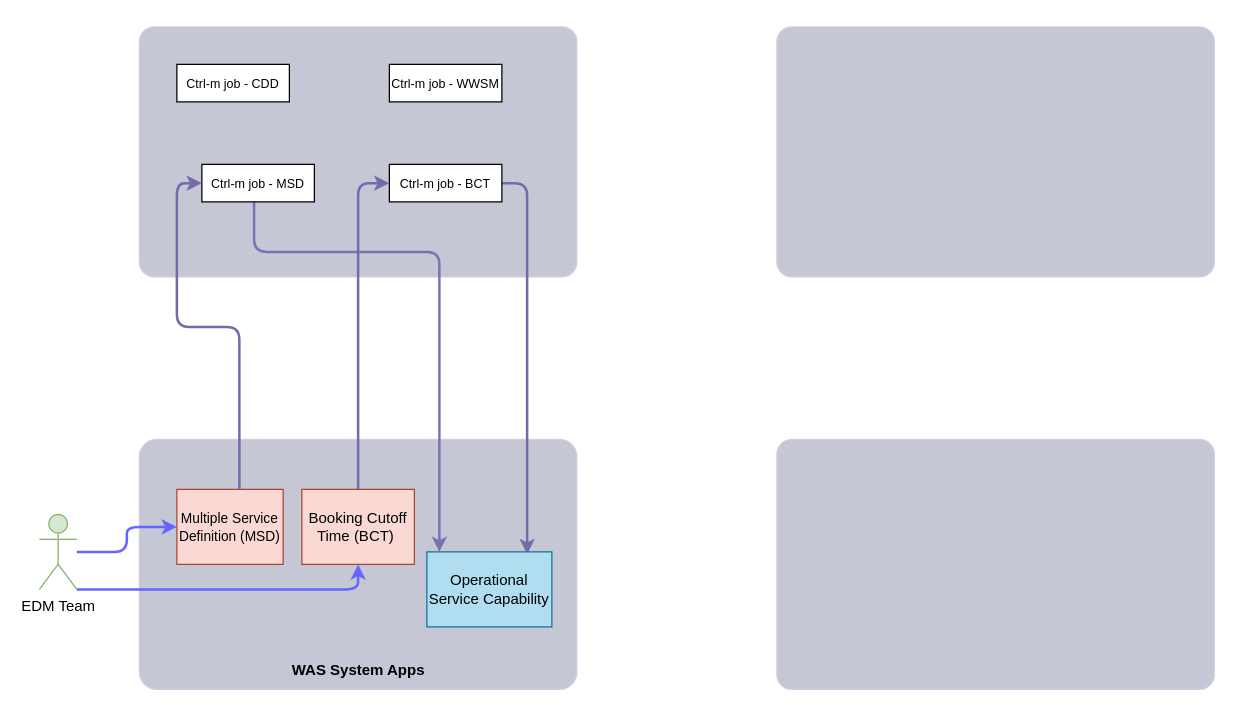
The draw.io diagram Diagram/Untitled Diagram.drawio in Str4nge/Draw_io, before the edit. Source tidied: cells renumbered, new cells numbered last; positions are measured from the earlier drawing's top-left corner, leaving out a move shared by most shapes. Both pictures are drawn from the tidied source at 125%, with x=0, y=0 at pixel (39, 26).
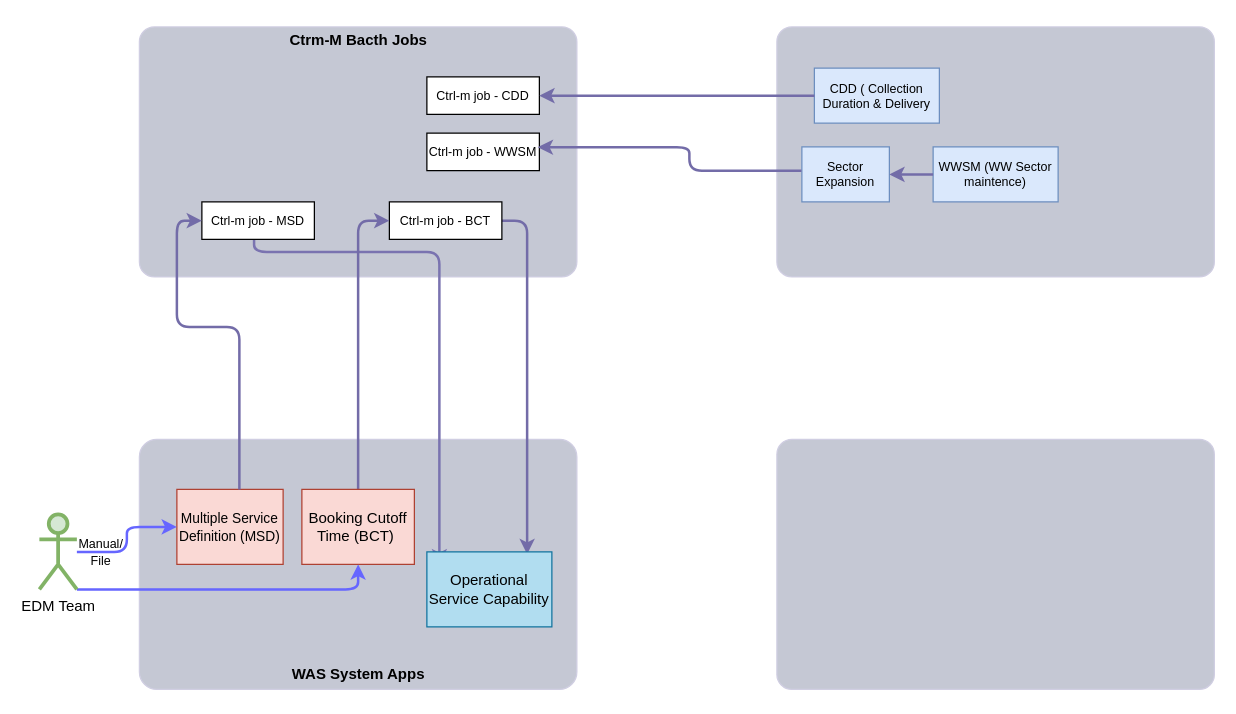
Above is the later version.

The change refers to these unchanged cells:
```xml
<mxCell id="12" value="&lt;font style=&quot;font-size: 11px;&quot;&gt;Multiple Service Definition&amp;nbsp;(MSD)&lt;/font&gt;" style="rounded=0;whiteSpace=wrap;html=1;strokeColor=#ae4132;fillColor=#fad9d5;" parent="1" vertex="1">
  <mxGeometry x="110" y="370" width="85" height="60" as="geometry" />
</mxCell>
<mxCell id="14" value="Booking Cutoff Time (BCT)&amp;nbsp;" style="rounded=0;whiteSpace=wrap;html=1;strokeColor=#ae4132;fillColor=#fad9d5;" parent="1" vertex="1">
  <mxGeometry x="210" y="370" width="90" height="60" as="geometry" />
</mxCell>
<mxCell id="15" value="Operational Service Capability" style="rounded=0;whiteSpace=wrap;html=1;strokeColor=#10739e;fillColor=#b1ddf0;" parent="1" vertex="1">
  <mxGeometry x="310" y="420" width="100" height="60" as="geometry" />
</mxCell>
```

What changed in the source:
```diff
@@
     <mxCell id="6" value="&lt;font style=&quot;font-size: 10px;&quot;&gt;Ctrl-m job - CDD&lt;/font&gt;" style="rounded=0;whiteSpace=wrap;html=1;" parent="1" vertex="1">
-      <mxGeometry x="110" y="30" width="90" height="30" as="geometry" />
+      <mxGeometry x="310" y="40" width="90" height="30" as="geometry" />
     </mxCell>
     <mxCell id="7" value="&lt;font style=&quot;font-size: 10px;&quot;&gt;Ctrl-m job - WWSM&lt;br&gt;&lt;/font&gt;" style="rounded=0;whiteSpace=wrap;html=1;" parent="1" vertex="1">
-      <mxGeometry x="280" y="30" width="90" height="30" as="geometry" />
+      <mxGeometry x="310" y="85" width="90" height="30" as="geometry" />
     </mxCell>
-    <mxCell id="8" style="edgeStyle=orthogonalEdgeStyle;rounded=1;jettySize=auto;html=1;entryX=0.802;entryY=0.031;entryDx=0;entryDy=0;entryPerimeter=0;strokeColor=#736CA8;fontColor=#1A1A1A;jumpStyle=arc;strokeWidth=2;exitX=1;exitY=0.5;exitDx=0;exitDy=0;" parent="1" edge="1" source="9" target="15">
+    <mxCell id="8" style="edgeStyle=orthogonalEdgeStyle;rounded=1;jettySize=auto;html=1;entryX=0.802;entryY=0.031;entryDx=0;entryDy=0;entryPerimeter=0;strokeColor=#736CA8;fontColor=#1A1A1A;jumpStyle=arc;strokeWidth=2;exitX=1;exitY=0.5;exitDx=0;exitDy=0;targetPerimeterSpacing=-10;" parent="1" edge="1" source="9" target="15">
       <mxGeometry relative="1" as="geometry" />
     </mxCell>
     <mxCell id="9" value="&lt;font style=&quot;font-size: 10px;&quot;&gt;Ctrl-m job - BCT&lt;/font&gt;" style="rounded=0;whiteSpace=wrap;html=1;" parent="1" vertex="1">
-      <mxGeometry x="280" y="110" width="90" height="30" as="geometry" />
+      <mxGeometry x="280" y="140" width="90" height="30" as="geometry" />
     </mxCell>
-    <mxCell id="10" style="edgeStyle=orthogonalEdgeStyle;rounded=1;jettySize=auto;html=1;strokeColor=#7a73b0;exitX=0.464;exitY=0.965;exitDx=0;exitDy=0;exitPerimeter=0;strokeWidth=2;targetPerimeterSpacing=0;jumpSize=6;" parent="1" edge="1" source="11" target="15">
+    <mxCell id="10" style="edgeStyle=orthogonalEdgeStyle;rounded=1;jettySize=auto;html=1;strokeColor=#7a73b0;exitX=0.464;exitY=0.965;exitDx=0;exitDy=0;exitPerimeter=0;strokeWidth=2;targetPerimeterSpacing=-10;jumpSize=6;" parent="1" edge="1" source="11" target="15">
       <mxGeometry relative="1" as="geometry">
         <Array as="points">
           <mxPoint x="172" y="180" />
           <mxPoint x="320" y="180" />
         </Array>
       </mxGeometry>
     </mxCell>
     <mxCell id="11" value="&lt;font style=&quot;font-size: 10px;&quot;&gt;Ctrl-m job - MSD&lt;/font&gt;" style="rounded=0;whiteSpace=wrap;html=1;" parent="1" vertex="1">
-      <mxGeometry x="130" y="110" width="90" height="30" as="geometry" />
+      <mxGeometry x="130" y="140" width="90" height="30" as="geometry" />
     </mxCell>
@@
-    <mxCell id="13" style="edgeStyle=orthogonalEdgeStyle;rounded=1;jettySize=auto;html=1;strokeColor=#736CA8;fontColor=#1A1A1A;entryX=0;entryY=0.5;entryDx=0;entryDy=0;strokeWidth=2;" parent="1" edge="1" source="14" target="9">
+    <mxCell id="13" style="edgeStyle=orthogonalEdgeStyle;rounded=1;jettySize=auto;html=1;strokeColor=#736CA8;fontColor=#1A1A1A;entryX=0;entryY=0.5;entryDx=0;entryDy=0;strokeWidth=2;targetPerimeterSpacing=-10;" parent="1" edge="1" source="14" target="9">
       <mxGeometry relative="1" as="geometry">
         <Array as="points">
-          <mxPoint x="255" y="125" />
+          <mxPoint x="255" y="155" />
         </Array>
       </mxGeometry>
     </mxCell>
@@
-    <mxCell id="16" style="edgeStyle=orthogonalEdgeStyle;rounded=1;jettySize=auto;html=1;strokeColor=#736CA8;fontColor=#1A1A1A;entryX=0;entryY=0.5;entryDx=0;entryDy=0;strokeWidth=2;" parent="1" edge="1" target="11">
+    <mxCell id="16" style="edgeStyle=orthogonalEdgeStyle;rounded=1;jettySize=auto;html=1;strokeColor=#736CA8;fontColor=#1A1A1A;entryX=0;entryY=0.5;entryDx=0;entryDy=0;strokeWidth=2;targetPerimeterSpacing=-10;" parent="1" edge="1" target="11">
       <mxGeometry relative="1" as="geometry">
         <mxPoint x="160" y="370" as="sourcePoint" />
         <Array as="points">
           <mxPoint x="160" y="370" />
           <mxPoint x="160" y="240" />
           <mxPoint x="110" y="240" />
           <mxPoint x="110" y="125" />
         </Array>
       </mxGeometry>
     </mxCell>
     <mxCell id="17" value="&lt;b&gt;WAS System Apps&lt;/b&gt;" style="text;html=1;align=center;verticalAlign=middle;strokeColor=none;fillColor=none;strokeWidth=2;" parent="1" vertex="1">
-      <mxGeometry x="190" y="500" width="130" height="30" as="geometry" />
+      <mxGeometry x="190" y="503" width="130" height="30" as="geometry" />
     </mxCell>
-    <mxCell id="18" style="edgeStyle=orthogonalEdgeStyle;rounded=1;jettySize=auto;html=1;strokeWidth=2;strokeColor=#6666FF;" parent="1" edge="1" source="20" target="12">
-      <mxGeometry relative="1" as="geometry" />
-    </mxCell>
@@
-    <mxCell id="20" value="EDM Team" style="shape=umlActor;verticalLabelPosition=bottom;verticalAlign=top;html=1;outlineConnect=0;fillColor=#d5e8d4;strokeColor=#82b366;" parent="1" vertex="1">
+    <mxCell id="20" value="EDM Team" style="shape=umlActor;verticalLabelPosition=bottom;verticalAlign=top;html=1;outlineConnect=0;fillColor=#d5e8d4;strokeColor=#82b366;strokeWidth=3;" parent="1" vertex="1">
       <mxGeometry y="390" width="30" height="60" as="geometry" />
     </mxCell>
+    <mxCell id="18" style="edgeStyle=orthogonalEdgeStyle;rounded=1;jettySize=auto;html=1;strokeWidth=2;strokeColor=#6666FF;" parent="1" edge="1" source="20" target="12">
+      <mxGeometry relative="1" as="geometry" />
+    </mxCell>
+    <mxCell id="21" value="&lt;font style=&quot;font-size: 10px;&quot;&gt;Manual/ &lt;br&gt;File&lt;br&gt;&lt;/font&gt;" style="edgeLabel;html=1;align=center;verticalAlign=middle;labelBackgroundColor=none;" parent="18" vertex="1">
+      <mxGeometry x="-0.46" relative="1" as="geometry">
+        <mxPoint x="-9" y="-1" as="offset" />
+      </mxGeometry>
+    </mxCell>
+    <mxCell id="22" value="&lt;b&gt;Ctrm-M Bacth Jobs&lt;br&gt;&lt;/b&gt;" style="text;html=1;align=center;verticalAlign=middle;strokeColor=none;fillColor=none;strokeWidth=2;" parent="1" vertex="1">
+      <mxGeometry x="190" y="-4" width="130" height="30" as="geometry" />
+    </mxCell>
+    <mxCell id="23" value="CDD ( Collection Duration &amp;amp; Delivery&lt;br style=&quot;font-size: 10px;&quot;&gt;" style="rounded=0;whiteSpace=wrap;html=1;fillColor=#dae8fc;strokeColor=#6c8ebf;fontSize=10;" parent="1" vertex="1">
+      <mxGeometry x="620" y="33" width="100" height="44" as="geometry" />
+    </mxCell>
+    <mxCell id="24" value="Sector Expansion" style="rounded=0;whiteSpace=wrap;html=1;fillColor=#dae8fc;strokeColor=#6c8ebf;fontSize=10;" parent="1" vertex="1">
+      <mxGeometry x="610" y="96" width="70" height="44" as="geometry" />
+    </mxCell>
+    <mxCell id="25" style="edgeStyle=orthogonalEdgeStyle;rounded=1;jettySize=auto;html=1;strokeColor=#736CA8;fontColor=#1A1A1A;jumpStyle=arc;strokeWidth=2;entryX=1;entryY=0.5;entryDx=0;entryDy=0;targetPerimeterSpacing=-10;" parent="1" edge="1" source="23" target="6">
+      <mxGeometry relative="1" as="geometry">
+        <Array as="points">
+          <mxPoint x="590" y="55" />
+          <mxPoint x="590" y="55" />
+        </Array>
+      </mxGeometry>
+    </mxCell>
+    <mxCell id="26" style="edgeStyle=orthogonalEdgeStyle;rounded=1;jettySize=auto;html=1;strokeColor=#736CA8;fontColor=#1A1A1A;jumpStyle=arc;strokeWidth=2;entryX=0.986;entryY=0.375;entryDx=0;entryDy=0;entryPerimeter=0;exitX=-0.005;exitY=0.434;exitDx=0;exitDy=0;exitPerimeter=0;targetPerimeterSpacing=-10;" parent="1" edge="1" source="24" target="7">
+      <mxGeometry relative="1" as="geometry">
+        <Array as="points">
+          <mxPoint x="520" y="115" />
+          <mxPoint x="520" y="96" />
+        </Array>
+      </mxGeometry>
+    </mxCell>
+    <mxCell id="27" value="WWSM (WW Sector maintence)" style="rounded=0;whiteSpace=wrap;html=1;fillColor=#dae8fc;strokeColor=#6c8ebf;fontSize=10;" parent="1" vertex="1">
+      <mxGeometry x="715" y="96" width="100" height="44" as="geometry" />
+    </mxCell>
+    <mxCell id="28" style="edgeStyle=orthogonalEdgeStyle;rounded=1;jettySize=auto;html=1;strokeColor=#736CA8;fontColor=#1A1A1A;jumpStyle=arc;strokeWidth=2;entryX=1;entryY=0.5;entryDx=0;entryDy=0;targetPerimeterSpacing=0;" parent="1" edge="1" target="24">
+      <mxGeometry relative="1" as="geometry">
+        <mxPoint x="715" y="118" as="sourcePoint" />
+        <Array as="points">
+          <mxPoint x="700" y="118" />
+          <mxPoint x="700" y="118" />
+        </Array>
+      </mxGeometry>
+    </mxCell>
```
